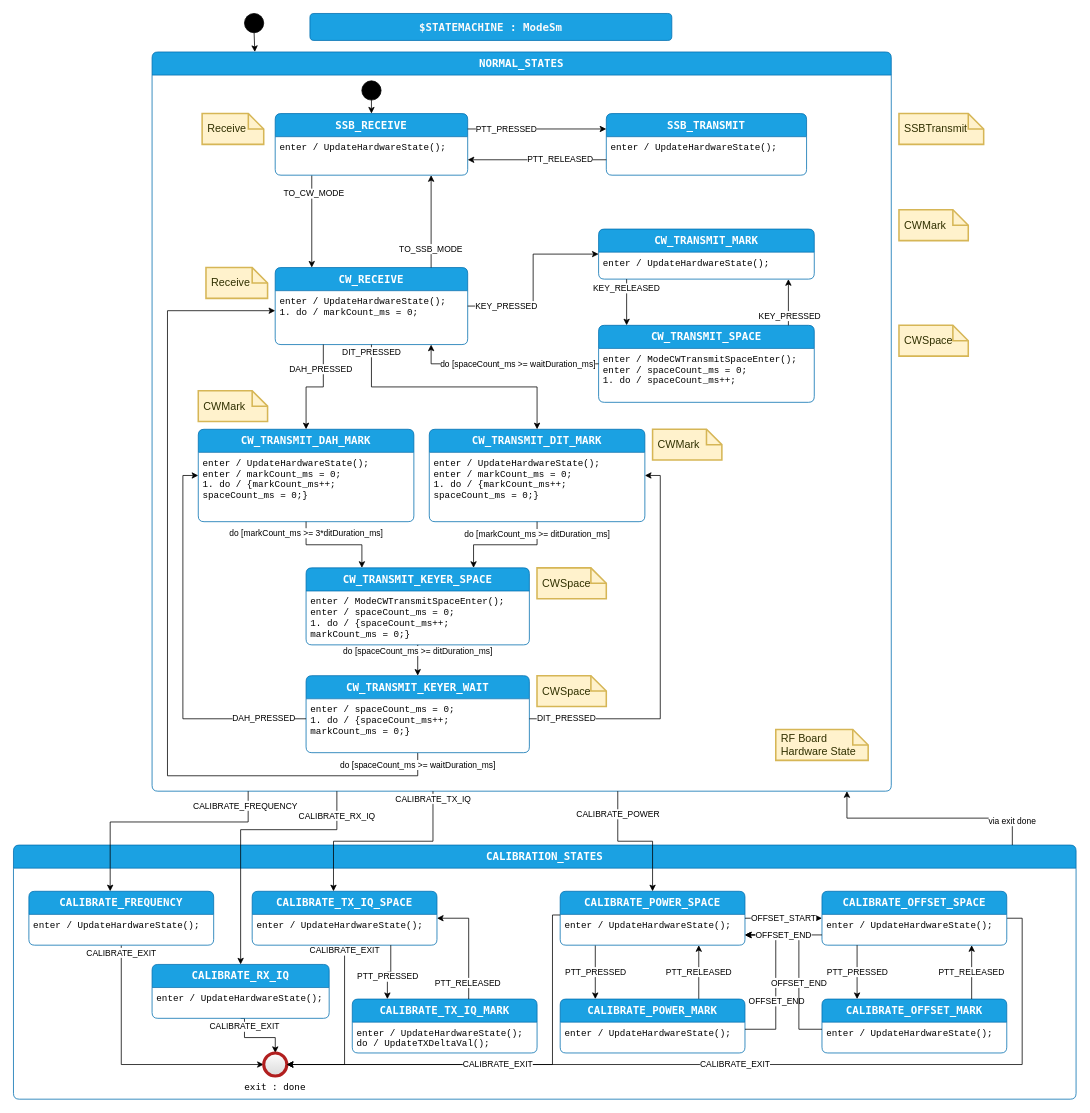
Earlier version of the draw.io diagram page "design" (1 of 3) of code/src/PhoenixSketch/ModeSm.drawio (KI3P/Phoenix). Source tidied: cells renumbered, new cells numbered last; positions are measured from the earlier drawing's top-left corner, leaving out a move shared by most shapes. Both pictures are drawn from the tidied source at 77%, with x=0, y=0 at pixel (13, 13).
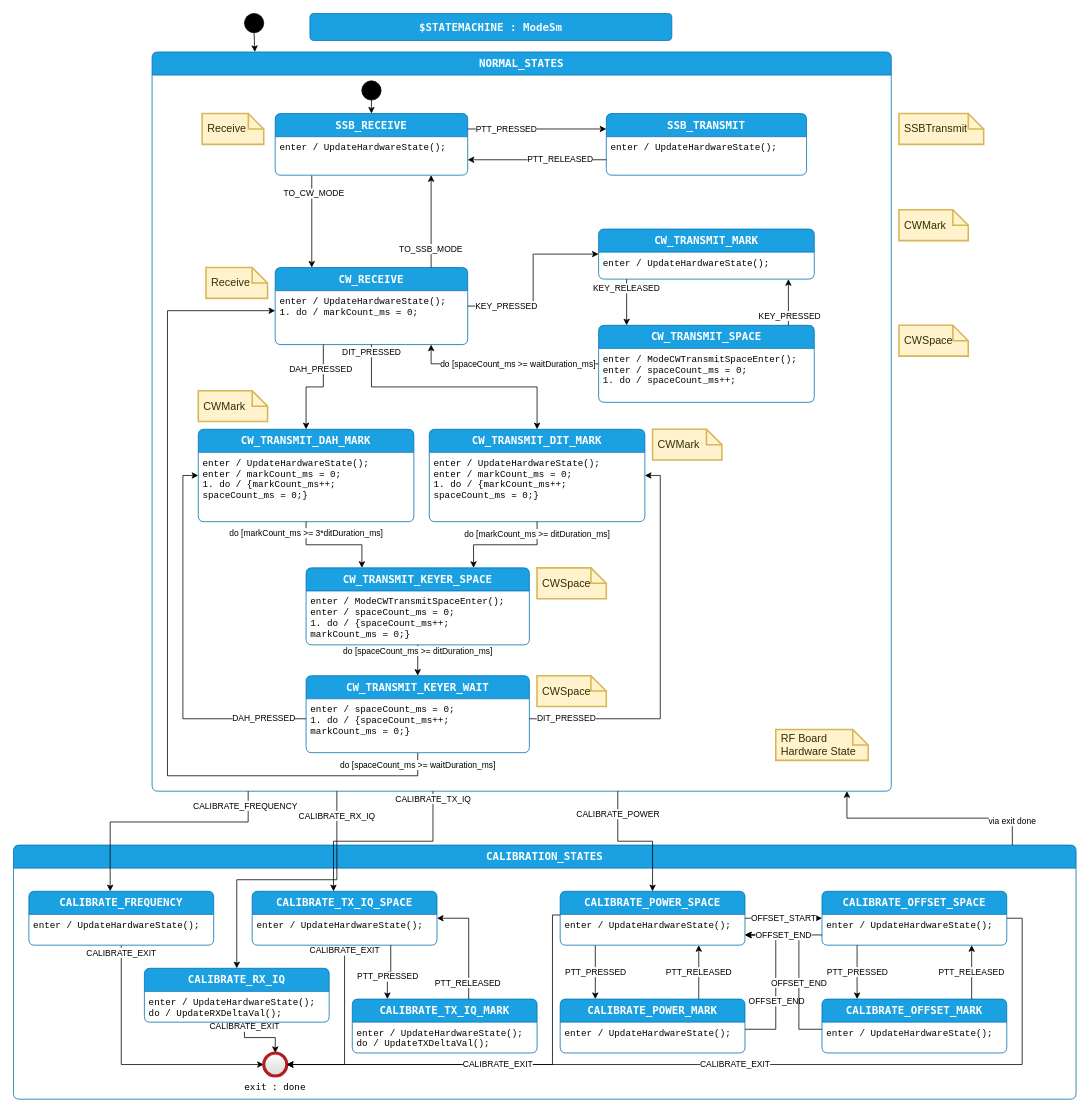
After the change.

Unchanged cells that the change refers to:
```xml
<mxCell id="2" value="CALIBRATION_STATES" style="shape=swimlane;align=center;verticalAlign=top;fontFamily=Lucida Console;startSize=30;fontSize=14;fontStyle=1;fontColor=#ffffff;fillColor=#1ba1e2;swimlaneFillColor=default;rounded=1;arcSize=15;absoluteArcSize=1;points=[[0,0,0,0,0],[0,0.06,0,0,0],[0,0.13,0,0,0],[0,0.19,0,0,0],[0,0.25,0,0,0],[0,0.31,0,0,0],[0,0.38,0,0,0],[0,0.44,0,0,0],[0,0.5,0,0,0],[0,0.56,0,0,0],[0,0.63,0,0,0],[0,0.69,0,0,0],[0,0.75,0,0,0],[0,0.81,0,0,0],[0,0.88,0,0,0],[0,0.94,0,0,0],[0,1,0,0,0],[0.06,0,0,0,0],[0.06,1,0,0,0],[0.13,0,0,0,0],[0.13,1,0,0,0],[0.19,0,0,0,0],[0.19,1,0,0,0],[0.25,0,0,0,0],[0.25,1,0,0,0],[0.31,0,0,0,0],[0.31,1,0,0,0],[0.38,0,0,0,0],[0.38,1,0,0,0],[0.44,0,0,0,0],[0.44,1,0,0,0],[0.5,0,0,0,0],[0.5,1,0,0,0],[0.56,0,0,0,0],[0.56,1,0,0,0],[0.63,0,0,0,0],[0.63,1,0,0,0],[0.69,0,0,0,0],[0.69,1,0,0,0],[0.75,0,0,0,0],[0.75,1,0,0,0],[0.81,0,0,0,0],[0.81,1,0,0,0],[0.88,0,0,0,0],[0.88,1,0,0,0],[0.94,0,0,0,0],[0.94,1,0,0,0],[1,0,0,0,0],[1,0.06,0,0,0],[1,0.13,0,0,0],[1,0.19,0,0,0],[1,0.25,0,0,0],[1,0.31,0,0,0],[1,0.38,0,0,0],[1,0.44,0,0,0],[1,0.5,0,0,0],[1,0.56,0,0,0],[1,0.63,0,0,0],[1,0.69,0,0,0],[1,0.75,0,0,0],[1,0.81,0,0,0],[1,0.88,0,0,0],[1,0.94,0,0,0],[1,1,0,0,0]];strokeColor=#006EAF;" parent="1" vertex="1">
  <mxGeometry y="1080" width="1380" height="330" as="geometry" />
</mxCell>
<mxCell id="39" value="NORMAL_STATES" style="shape=swimlane;align=center;verticalAlign=top;fontFamily=Lucida Console;startSize=30;fontSize=14;fontStyle=1;fontColor=#ffffff;fillColor=#1ba1e2;swimlaneFillColor=default;rounded=1;arcSize=15;absoluteArcSize=1;points=[[0,0,0,0,0],[0,0.06,0,0,0],[0,0.13,0,0,0],[0,0.19,0,0,0],[0,0.25,0,0,0],[0,0.31,0,0,0],[0,0.38,0,0,0],[0,0.44,0,0,0],[0,0.5,0,0,0],[0,0.56,0,0,0],[0,0.63,0,0,0],[0,0.69,0,0,0],[0,0.75,0,0,0],[0,0.81,0,0,0],[0,0.88,0,0,0],[0,0.94,0,0,0],[0,1,0,0,0],[0.06,0,0,0,0],[0.06,1,0,0,0],[0.13,0,0,0,0],[0.13,1,0,0,0],[0.19,0,0,0,0],[0.19,1,0,0,0],[0.25,0,0,0,0],[0.25,1,0,0,0],[0.31,0,0,0,0],[0.31,1,0,0,0],[0.38,0,0,0,0],[0.38,1,0,0,0],[0.44,0,0,0,0],[0.44,1,0,0,0],[0.5,0,0,0,0],[0.5,1,0,0,0],[0.56,0,0,0,0],[0.56,1,0,0,0],[0.63,0,0,0,0],[0.63,1,0,0,0],[0.69,0,0,0,0],[0.69,1,0,0,0],[0.75,0,0,0,0],[0.75,1,0,0,0],[0.81,0,0,0,0],[0.81,1,0,0,0],[0.88,0,0,0,0],[0.88,1,0,0,0],[0.94,0,0,0,0],[0.94,1,0,0,0],[1,0,0,0,0],[1,0.06,0,0,0],[1,0.13,0,0,0],[1,0.19,0,0,0],[1,0.25,0,0,0],[1,0.31,0,0,0],[1,0.38,0,0,0],[1,0.44,0,0,0],[1,0.5,0,0,0],[1,0.56,0,0,0],[1,0.63,0,0,0],[1,0.69,0,0,0],[1,0.75,0,0,0],[1,0.81,0,0,0],[1,0.88,0,0,0],[1,0.94,0,0,0],[1,1,0,0,0]];strokeColor=#006EAF;" parent="1" vertex="1">
  <mxGeometry x="180" y="50" width="960" height="960" as="geometry" />
</mxCell>
```

Diff of the diagram source:
```diff
@@
     <mxCell id="8" value="CALIBRATE_RX_IQ" style="shape=swimlane;align=center;verticalAlign=top;fontFamily=Lucida Console;startSize=30;fontSize=14;fontStyle=1;fontColor=#ffffff;fillColor=#1ba1e2;swimlaneFillColor=default;rounded=1;arcSize=15;absoluteArcSize=1;points=[[0,0,0,0,0],[0,0.06,0,0,0],[0,0.13,0,0,0],[0,0.19,0,0,0],[0,0.25,0,0,0],[0,0.31,0,0,0],[0,0.38,0,0,0],[0,0.44,0,0,0],[0,0.5,0,0,0],[0,0.56,0,0,0],[0,0.63,0,0,0],[0,0.69,0,0,0],[0,0.75,0,0,0],[0,0.81,0,0,0],[0,0.88,0,0,0],[0,0.94,0,0,0],[0,1,0,0,0],[0.06,0,0,0,0],[0.06,1,0,0,0],[0.13,0,0,0,0],[0.13,1,0,0,0],[0.19,0,0,0,0],[0.19,1,0,0,0],[0.25,0,0,0,0],[0.25,1,0,0,0],[0.31,0,0,0,0],[0.31,1,0,0,0],[0.38,0,0,0,0],[0.38,1,0,0,0],[0.44,0,0,0,0],[0.44,1,0,0,0],[0.5,0,0,0,0],[0.5,1,0,0,0],[0.56,0,0,0,0],[0.56,1,0,0,0],[0.63,0,0,0,0],[0.63,1,0,0,0],[0.69,0,0,0,0],[0.69,1,0,0,0],[0.75,0,0,0,0],[0.75,1,0,0,0],[0.81,0,0,0,0],[0.81,1,0,0,0],[0.88,0,0,0,0],[0.88,1,0,0,0],[0.94,0,0,0,0],[0.94,1,0,0,0],[1,0,0,0,0],[1,0.06,0,0,0],[1,0.13,0,0,0],[1,0.19,0,0,0],[1,0.25,0,0,0],[1,0.31,0,0,0],[1,0.38,0,0,0],[1,0.44,0,0,0],[1,0.5,0,0,0],[1,0.56,0,0,0],[1,0.63,0,0,0],[1,0.69,0,0,0],[1,0.75,0,0,0],[1,0.81,0,0,0],[1,0.88,0,0,0],[1,0.94,0,0,0],[1,1,0,0,0]];strokeColor=#006EAF;" parent="2" vertex="1">
-      <mxGeometry x="180" y="155" width="230" height="70" as="geometry" />
+      <mxGeometry x="170" y="160" width="240" height="70" as="geometry" />
     </mxCell>
-    <mxCell id="9" value="enter / UpdateHardwareState();&#10;" style="fontFamily=Courier New;align=left;verticalAlign=top;fillColor=none;gradientColor=none;strokeColor=none;rounded=0;spacingLeft=4;" parent="8" vertex="1">
-      <mxGeometry y="30" width="240" height="30" as="geometry" />
+    <mxCell id="9" value="enter / UpdateHardwareState();&#10;do / UpdateRXDeltaVal();" style="fontFamily=Courier New;align=left;verticalAlign=top;fillColor=none;gradientColor=none;strokeColor=none;rounded=0;spacingLeft=4;" parent="8" vertex="1">
+      <mxGeometry y="30" width="240" height="40" as="geometry" />
     </mxCell>
@@
     <mxCell id="86" value="CALIBRATE_RX_IQ" style="edgeStyle=orthogonalEdgeStyle;rounded=0;jettySize=auto;html=1;exitX=0.25;exitY=1;exitDx=0;exitDy=0;exitPerimeter=0;entryX=0.5;entryY=0;entryDx=0;entryDy=0;entryPerimeter=0;" parent="1" edge="1" source="39" target="8">
-      <mxGeometry x="-0.82" relative="1" as="geometry">
-        <Array as="points">
-          <mxPoint x="420" y="1060" />
-          <mxPoint x="295" y="1060" />
-        </Array>
-      </mxGeometry>
+      <mxGeometry x="-0.82" relative="1" as="geometry" />
     </mxCell>
```
